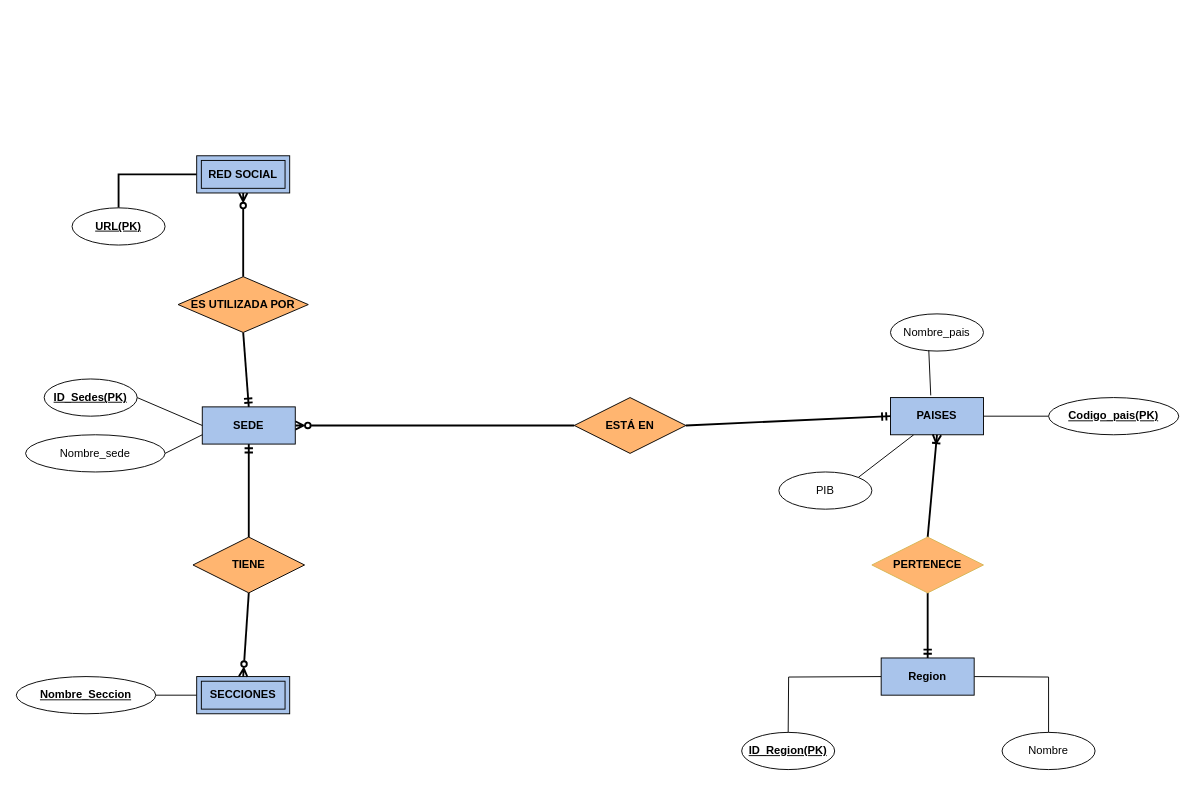
Earlier version of the draw.io diagram TP-01/derTerminado3.drawio (rjavier97/LaboDeDatos2024). Source tidied: cells renumbered, new cells numbered last; positions are measured from the earlier drawing's top-left corner, leaving out a move shared by most shapes. Both pictures are drawn from the tidied source at 93%, with x=0, y=0 at pixel (16, 155).
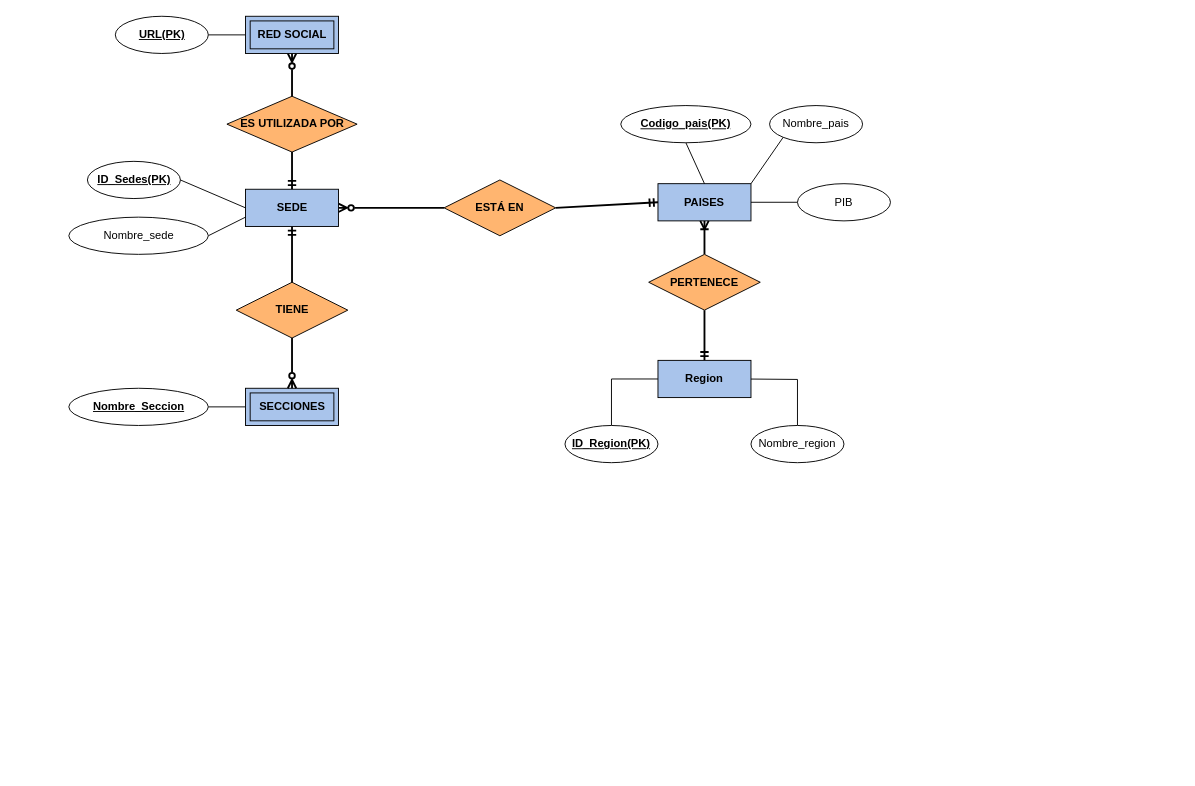
After the change.

The edit, as a diff of the source:
```diff
@@
+    <mxCell id="3" style="rounded=0;jettySize=auto;html=1;exitX=0.5;exitY=1;exitDx=0;exitDy=0;entryX=0.5;entryY=0;entryDx=0;entryDy=0;startArrow=none;startFill=0;strokeWidth=2;endArrow=ERmandOne;endFill=0;" parent="1" edge="1" source="29" target="36">
+      <mxGeometry relative="1" as="geometry" />
+    </mxCell>
-    <mxCell id="2" style="rounded=0;jettySize=auto;html=1;exitX=0.25;exitY=1;exitDx=0;exitDy=0;entryX=1;entryY=0;entryDx=0;entryDy=0;endArrow=none;endFill=0;" parent="1" edge="1" source="5" target="9">
+    <mxCell id="2" style="edgeStyle=orthogonalEdgeStyle;rounded=0;jettySize=auto;html=1;exitX=1;exitY=0.5;exitDx=0;exitDy=0;entryX=0;entryY=0.5;entryDx=0;entryDy=0;endArrow=none;endFill=0;" parent="1" edge="1" source="5" target="9">
       <mxGeometry relative="1" as="geometry" />
     </mxCell>
-    <mxCell id="3" style="rounded=0;jettySize=auto;html=1;exitX=0.5;exitY=1;exitDx=0;exitDy=0;entryX=0.5;entryY=0;entryDx=0;entryDy=0;startArrow=none;startFill=0;strokeWidth=2;endArrow=ERmandOne;endFill=0;" parent="1" edge="1" source="29">
-      <mxGeometry relative="1" as="geometry">
-        <mxPoint x="980" y="540" as="targetPoint" />
-      </mxGeometry>
-    </mxCell>
-    <mxCell id="4" style="edgeStyle=orthogonalEdgeStyle;rounded=0;jettySize=auto;html=1;exitX=1;exitY=0.5;exitDx=0;exitDy=0;entryX=0;entryY=0.5;entryDx=0;entryDy=0;endArrow=none;endFill=0;" parent="1" edge="1" source="5" target="14">
-      <mxGeometry relative="1" as="geometry" />
-    </mxCell>
     <mxCell id="5" value="PAISES" style="whiteSpace=wrap;html=1;align=center;fillColor=#A9C4EB;fontStyle=1;" parent="1" vertex="1">
-      <mxGeometry x="940" y="260" width="100" height="40" as="geometry" />
+      <mxGeometry x="690" y="30" width="100" height="40" as="geometry" />
     </mxCell>
@@
     <mxCell id="8" value="SEDE" style="whiteSpace=wrap;html=1;align=center;fillColor=#A9C4EB;fontStyle=1;" parent="1" vertex="1">
-      <mxGeometry x="200" y="270" width="100" height="40" as="geometry" />
+      <mxGeometry x="246.5" y="36" width="100" height="40" as="geometry" />
     </mxCell>
     <mxCell id="9" value="PIB" style="ellipse;whiteSpace=wrap;html=1;align=center;" parent="1" vertex="1">
-      <mxGeometry x="820" y="340" width="100" height="40" as="geometry" />
+      <mxGeometry x="840" y="30" width="100" height="40" as="geometry" />
     </mxCell>
     <mxCell id="10" value="Nombre_pais" style="ellipse;whiteSpace=wrap;html=1;align=center;" parent="1" vertex="1">
-      <mxGeometry x="940" y="170" width="100" height="40" as="geometry" />
+      <mxGeometry x="810" y="-54" width="100" height="40" as="geometry" />
     </mxCell>
-    <mxCell id="11" style="edgeStyle=orthogonalEdgeStyle;rounded=0;orthogonalLoop=1;jettySize=auto;html=1;exitX=0;exitY=0.5;exitDx=0;exitDy=0;entryX=0.5;entryY=0;entryDx=0;entryDy=0;endArrow=none;endFill=0;" parent="1" edge="1">
-      <mxGeometry relative="1" as="geometry">
-        <mxPoint x="930" y="560" as="sourcePoint" />
-        <mxPoint x="830" y="620" as="targetPoint" />
-      </mxGeometry>
-    </mxCell>
     <mxCell id="12" style="edgeStyle=orthogonalEdgeStyle;rounded=0;jettySize=auto;html=1;exitX=1;exitY=0.5;exitDx=0;exitDy=0;entryX=0.5;entryY=0;entryDx=0;entryDy=0;endArrow=none;endFill=0;" parent="1" edge="1" target="13">
       <mxGeometry relative="1" as="geometry">
-        <mxPoint x="1030" y="560" as="sourcePoint" />
+        <mxPoint x="780" y="240" as="sourcePoint" />
       </mxGeometry>
     </mxCell>
-    <mxCell id="13" value="Nombre" style="ellipse;whiteSpace=wrap;html=1;align=center;" parent="1" vertex="1">
-      <mxGeometry x="1060" y="620" width="100" height="40" as="geometry" />
+    <mxCell id="13" value="Nombre_region" style="ellipse;whiteSpace=wrap;html=1;align=center;" parent="1" vertex="1">
+      <mxGeometry x="790" y="290" width="100" height="40" as="geometry" />
     </mxCell>
+    <mxCell id="37" style="rounded=0;jettySize=auto;html=1;exitX=0.5;exitY=1;exitDx=0;exitDy=0;entryX=0.5;entryY=0;entryDx=0;entryDy=0;endArrow=none;endFill=0;" parent="1" edge="1" source="14" target="5">
+      <mxGeometry relative="1" as="geometry" />
+    </mxCell>
     <mxCell id="14" value="Codigo_pais(PK)" style="ellipse;whiteSpace=wrap;html=1;align=center;fontStyle=5;" parent="1" vertex="1">
-      <mxGeometry x="1110" y="260" width="140" height="40" as="geometry" />
+      <mxGeometry x="650" y="-54" width="140" height="40" as="geometry" />
     </mxCell>
@@
     <mxCell id="16" value="ID_Sedes(PK)" style="ellipse;whiteSpace=wrap;html=1;align=center;fontStyle=5;" parent="1" vertex="1">
-      <mxGeometry x="30" y="240" width="100" height="40" as="geometry" />
+      <mxGeometry x="76.5" y="6" width="100" height="40" as="geometry" />
     </mxCell>
@@
     <mxCell id="18" value="Nombre_sede" style="ellipse;whiteSpace=wrap;html=1;align=center;" parent="1" vertex="1">
-      <mxGeometry x="10" y="300" width="150" height="40" as="geometry" />
+      <mxGeometry x="56.5" y="66" width="150" height="40" as="geometry" />
     </mxCell>
@@
     <mxCell id="20" value="&lt;u&gt;Nombre_Seccion&lt;/u&gt;" style="ellipse;whiteSpace=wrap;html=1;align=center;fontStyle=1;" parent="1" vertex="1">
-      <mxGeometry y="560" width="150" height="40" as="geometry" />
+      <mxGeometry x="56.5" y="250" width="150" height="40" as="geometry" />
     </mxCell>
-    <mxCell id="21" style="rounded=0;jettySize=auto;html=1;exitX=0.433;exitY=-0.059;exitDx=0;exitDy=0;endArrow=none;endFill=0;entryX=0.412;entryY=0.98;entryDx=0;entryDy=0;entryPerimeter=0;exitPerimeter=0;" parent="1" edge="1" source="5" target="10">
-      <mxGeometry relative="1" as="geometry" />
-    </mxCell>
+    <mxCell id="38" style="edgeStyle=orthogonalEdgeStyle;rounded=0;jettySize=auto;html=1;exitX=0.5;exitY=0;exitDx=0;exitDy=0;entryX=0;entryY=0.5;entryDx=0;entryDy=0;endArrow=none;endFill=0;" parent="1" edge="1" source="22" target="36">
+      <mxGeometry relative="1" as="geometry" />
+    </mxCell>
     <mxCell id="22" value="ID_Region(PK)" style="ellipse;whiteSpace=wrap;html=1;align=center;fontStyle=5;" parent="1" vertex="1">
-      <mxGeometry x="780" y="620" width="100" height="40" as="geometry" />
+      <mxGeometry x="590" y="290" width="100" height="40" as="geometry" />
     </mxCell>
     <mxCell id="23" value="SECCIONES" style="shape=ext;margin=3;double=1;whiteSpace=wrap;html=1;align=center;fillColor=#A9C4EB;fontStyle=1;" parent="1" vertex="1">
-      <mxGeometry x="194" y="560" width="100" height="40" as="geometry" />
+      <mxGeometry x="246.5" y="250" width="100" height="40" as="geometry" />
     </mxCell>
@@
     <mxCell id="25" value="TIENE" style="shape=rhombus;perimeter=rhombusPerimeter;whiteSpace=wrap;html=1;align=center;fillColor=#FFB570;fontStyle=1;" parent="1" vertex="1">
-      <mxGeometry x="190" y="410" width="120" height="60" as="geometry" />
+      <mxGeometry x="236.5" y="136" width="120" height="60" as="geometry" />
     </mxCell>
@@
     <mxCell id="27" value="ESTÁ EN" style="shape=rhombus;perimeter=rhombusPerimeter;whiteSpace=wrap;html=1;align=center;fillColor=#FFB570;fontStyle=1;" parent="1" vertex="1">
-      <mxGeometry x="600" y="260" width="120" height="60" as="geometry" />
+      <mxGeometry x="460" y="26" width="120" height="60" as="geometry" />
     </mxCell>
@@
-    <mxCell id="29" value="PERTENECE" style="shape=rhombus;perimeter=rhombusPerimeter;whiteSpace=wrap;html=1;align=center;fillColor=#FFB570;strokeColor=#d6b656;fontStyle=1;" parent="1" vertex="1">
-      <mxGeometry x="920" y="410" width="120" height="60" as="geometry" />
+    <mxCell id="29" value="PERTENECE" style="shape=rhombus;perimeter=rhombusPerimeter;whiteSpace=wrap;html=1;align=center;fillColor=#FFB570;strokeColor=#000000;fontStyle=1;" parent="1" vertex="1">
+      <mxGeometry x="680" y="106" width="120" height="60" as="geometry" />
     </mxCell>
@@
-    <mxCell id="31" style="edgeStyle=orthogonalEdgeStyle;rounded=0;jettySize=auto;html=1;exitX=0.5;exitY=0;exitDx=0;exitDy=0;entryX=0;entryY=0.5;entryDx=0;entryDy=0;strokeWidth=2;endArrow=none;endFill=0;" parent="1" edge="1" source="32" target="35">
+    <mxCell id="31" style="rounded=0;jettySize=auto;html=1;exitX=1;exitY=0.5;exitDx=0;exitDy=0;entryX=0;entryY=0.5;entryDx=0;entryDy=0;endArrow=none;endFill=0;" parent="1" edge="1" source="32" target="35">
       <mxGeometry relative="1" as="geometry" />
     </mxCell>
     <mxCell id="32" value="URL(PK)" style="ellipse;whiteSpace=wrap;html=1;align=center;fontStyle=5;" parent="1" vertex="1">
-      <mxGeometry x="60" y="56" width="100" height="40" as="geometry" />
+      <mxGeometry x="106.5" y="-150" width="100" height="40" as="geometry" />
     </mxCell>
@@
     <mxCell id="34" value="ES UTILIZADA POR" style="shape=rhombus;perimeter=rhombusPerimeter;whiteSpace=wrap;html=1;align=center;fillColor=#FFB570;fontStyle=1;" parent="1" vertex="1">
-      <mxGeometry x="174" y="130" width="140" height="60" as="geometry" />
+      <mxGeometry x="226.5" y="-64" width="140" height="60" as="geometry" />
     </mxCell>
     <mxCell id="35" value="RED SOCIAL" style="shape=ext;margin=3;double=1;whiteSpace=wrap;html=1;align=center;fillColor=#A9C4EB;fontStyle=1;" parent="1" vertex="1">
-      <mxGeometry x="194" width="100" height="40" as="geometry" />
+      <mxGeometry x="246.5" y="-150" width="100" height="40" as="geometry" />
     </mxCell>
     <mxCell id="36" value="Region" style="whiteSpace=wrap;html=1;align=center;fillColor=#A9C4EB;fontStyle=1;" parent="1" vertex="1">
-      <mxGeometry x="930" y="540" width="100" height="40" as="geometry" />
+      <mxGeometry x="690" y="220" width="100" height="40" as="geometry" />
     </mxCell>
+    <mxCell id="21" style="rounded=0;jettySize=auto;html=1;exitX=1;exitY=0;exitDx=0;exitDy=0;entryX=0;entryY=1;entryDx=0;entryDy=0;endArrow=none;endFill=0;" parent="1" edge="1" source="5" target="10">
+      <mxGeometry relative="1" as="geometry" />
+    </mxCell>
```
